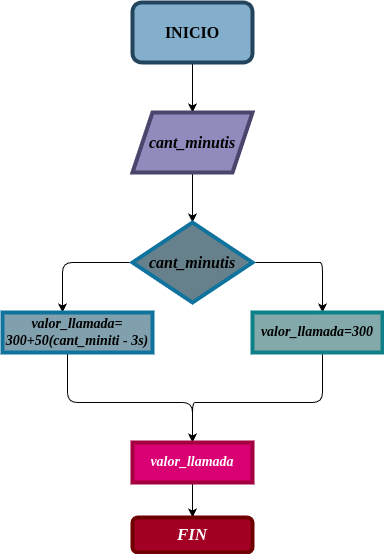
Before: diagrama.png, a diagram exported from draw.io (lesly500/Condicionanles_1). Source tidied: cells renumbered, new cells last; positions are measured from the earlier drawing's top-left corner, leaving out a move shared by most shapes. The source it was exported from:
```xml
<mxGraphModel>
  <root>
    <mxCell id="0" />
    <mxCell id="1" parent="0" />
    <mxCell id="2" style="edgeStyle=none;html=1;fontFamily=Tahoma;fontSize=16;" parent="1" edge="1" target="5">
      <mxGeometry relative="1" as="geometry">
        <mxPoint x="190" y="170" as="sourcePoint" />
      </mxGeometry>
    </mxCell>
    <mxCell id="3" style="edgeStyle=none;html=1;exitX=0;exitY=0.5;exitDx=0;exitDy=0;fontFamily=Tahoma;fontSize=16;" parent="1" edge="1" source="5">
      <mxGeometry relative="1" as="geometry">
        <mxPoint x="60" y="310" as="targetPoint" />
        <Array as="points">
          <mxPoint x="60" y="260" />
        </Array>
      </mxGeometry>
    </mxCell>
    <mxCell id="4" style="edgeStyle=none;html=1;fontFamily=Tahoma;fontSize=16;" parent="1" edge="1" source="5">
      <mxGeometry relative="1" as="geometry">
        <mxPoint x="320" y="310" as="targetPoint" />
        <Array as="points">
          <mxPoint x="310" y="260" />
          <mxPoint x="320" y="260" />
        </Array>
      </mxGeometry>
    </mxCell>
    <mxCell id="5" value="&lt;b&gt;&lt;i&gt;cant_minutis&lt;/i&gt;&lt;/b&gt;" style="rhombus;whiteSpace=wrap;html=1;strokeWidth=4;fontFamily=Tahoma;fontSize=16;fillColor=#67818C;strokeColor=#10739e;" parent="1" vertex="1">
      <mxGeometry x="130" y="220" width="120" height="80" as="geometry" />
    </mxCell>
    <mxCell id="6" style="edgeStyle=none;html=1;exitX=0.5;exitY=1;exitDx=0;exitDy=0;fontFamily=Tahoma;fontSize=16;" parent="1" edge="1">
      <mxGeometry relative="1" as="geometry">
        <mxPoint x="65" y="350" as="sourcePoint" />
        <mxPoint x="190" y="440" as="targetPoint" />
        <Array as="points">
          <mxPoint x="65" y="400" />
          <mxPoint x="190" y="400" />
        </Array>
      </mxGeometry>
    </mxCell>
    <mxCell id="7" style="edgeStyle=none;html=1;exitX=0.5;exitY=1;exitDx=0;exitDy=0;fontFamily=Tahoma;fontSize=16;" parent="1" edge="1">
      <mxGeometry relative="1" as="geometry">
        <mxPoint x="320" y="350" as="sourcePoint" />
        <mxPoint x="190" y="440" as="targetPoint" />
        <Array as="points">
          <mxPoint x="320" y="400" />
          <mxPoint x="210" y="400" />
          <mxPoint x="240" y="400" />
          <mxPoint x="200" y="400" />
          <mxPoint x="190" y="400" />
        </Array>
      </mxGeometry>
    </mxCell>
    <mxCell id="8" style="edgeStyle=none;html=1;fontFamily=Tahoma;fontSize=16;" parent="1" edge="1" source="9">
      <mxGeometry relative="1" as="geometry">
        <mxPoint x="190" y="110" as="targetPoint" />
      </mxGeometry>
    </mxCell>
    <mxCell id="9" value="&lt;b&gt;INICIO&lt;/b&gt;" style="rounded=1;whiteSpace=wrap;html=1;strokeWidth=4;fontFamily=Tahoma;fontSize=16;fillColor=#83AECC;strokeColor=#23445d;" parent="1" vertex="1">
      <mxGeometry x="130" width="120" height="60" as="geometry" />
    </mxCell>
    <mxCell id="10" value="&lt;b&gt;&lt;i&gt;valor_llamada=300&lt;/i&gt;&lt;/b&gt;" style="rounded=0;whiteSpace=wrap;html=1;strokeWidth=4;fontFamily=Tahoma;fontSize=14;fillColor=#83A9AB;strokeColor=#0e8088;" parent="1" vertex="1">
      <mxGeometry x="250" y="310" width="130" height="40" as="geometry" />
    </mxCell>
    <mxCell id="11" value="valor_llamada= 300+50(cant_miniti - 3s)" style="rounded=0;whiteSpace=wrap;strokeWidth=4;fontFamily=Tahoma;fontSize=14;fillColor=#80A0AD;fontStyle=3;strokeColor=#10739e;" parent="1" vertex="1">
      <mxGeometry y="310" width="150" height="40" as="geometry" />
    </mxCell>
    <mxCell id="12" style="edgeStyle=none;html=1;fontFamily=Tahoma;fontSize=16;" parent="1" edge="1" source="13" target="14">
      <mxGeometry relative="1" as="geometry" />
    </mxCell>
    <mxCell id="13" value="&lt;b&gt;&lt;i&gt;valor_llamada&lt;/i&gt;&lt;/b&gt;" style="rounded=0;whiteSpace=wrap;html=1;strokeWidth=4;fontFamily=Tahoma;fontSize=14;fillColor=#d80073;strokeColor=#A50040;fontColor=#ffffff;" parent="1" vertex="1">
      <mxGeometry x="130" y="440" width="120" height="40" as="geometry" />
    </mxCell>
    <mxCell id="14" value="&lt;i&gt;&lt;b&gt;FIN&lt;/b&gt;&lt;/i&gt;" style="rounded=1;whiteSpace=wrap;html=1;strokeWidth=4;fontFamily=Tahoma;fontSize=17;fillColor=#a20025;fontColor=#ffffff;strokeColor=#6F0000;" parent="1" vertex="1">
      <mxGeometry x="130" y="515" width="120" height="35" as="geometry" />
    </mxCell>
    <mxCell id="15" value="&lt;b&gt;&lt;i&gt;cant_minutis&lt;/i&gt;&lt;/b&gt;" style="shape=parallelogram;perimeter=parallelogramPerimeter;whiteSpace=wrap;html=1;fixedSize=1;strokeWidth=4;fontFamily=Tahoma;fontSize=16;fillColor=#908abd;strokeColor=#49456B;" parent="1" vertex="1">
      <mxGeometry x="130" y="110" width="120" height="60" as="geometry" />
    </mxCell>
  </root>
</mxGraphModel>
```
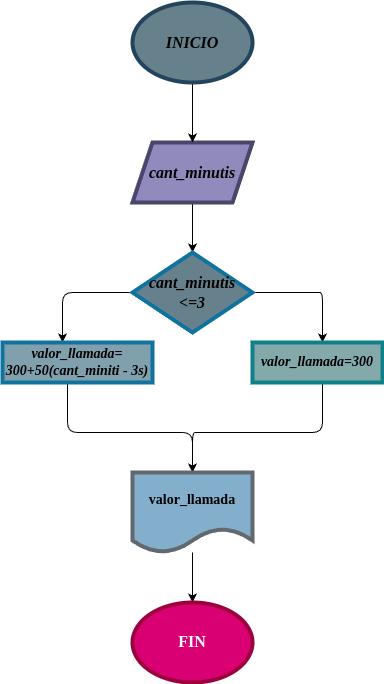
The same file after the commit.

Diff of the diagram source:
```diff
@@ -24,7 +24,7 @@
         </Array>
       </mxGeometry>
     </mxCell>
-    <mxCell id="5" value="&lt;b&gt;&lt;i&gt;cant_minutis&lt;/i&gt;&lt;/b&gt;" style="rhombus;whiteSpace=wrap;html=1;strokeWidth=4;fontFamily=Tahoma;fontSize=16;fillColor=#67818C;strokeColor=#10739e;" parent="1" vertex="1">
+    <mxCell id="5" value="&lt;b&gt;&lt;i&gt;cant_minutis&lt;br&gt;&amp;lt;=3&lt;br&gt;&lt;/i&gt;&lt;/b&gt;" style="rhombus;whiteSpace=wrap;html=1;strokeWidth=4;fontFamily=Tahoma;fontSize=16;fillColor=#67818C;strokeColor=#10739e;" parent="1" vertex="1">
       <mxGeometry x="130" y="220" width="120" height="80" as="geometry" />
     </mxCell>
     <mxCell id="6" style="edgeStyle=none;html=1;exitX=0.5;exitY=1;exitDx=0;exitDy=0;fontFamily=Tahoma;fontSize=16;" parent="1" edge="1">
@@ -50,31 +50,29 @@
         </Array>
       </mxGeometry>
     </mxCell>
-    <mxCell id="8" style="edgeStyle=none;html=1;fontFamily=Tahoma;fontSize=16;" parent="1" edge="1" source="9">
-      <mxGeometry relative="1" as="geometry">
-        <mxPoint x="190" y="110" as="targetPoint" />
-      </mxGeometry>
-    </mxCell>
-    <mxCell id="9" value="&lt;b&gt;INICIO&lt;/b&gt;" style="rounded=1;whiteSpace=wrap;html=1;strokeWidth=4;fontFamily=Tahoma;fontSize=16;fillColor=#83AECC;strokeColor=#23445d;" parent="1" vertex="1">
-      <mxGeometry x="130" width="120" height="60" as="geometry" />
-    </mxCell>
     <mxCell id="10" value="&lt;b&gt;&lt;i&gt;valor_llamada=300&lt;/i&gt;&lt;/b&gt;" style="rounded=0;whiteSpace=wrap;html=1;strokeWidth=4;fontFamily=Tahoma;fontSize=14;fillColor=#83A9AB;strokeColor=#0e8088;" parent="1" vertex="1">
       <mxGeometry x="250" y="310" width="130" height="40" as="geometry" />
     </mxCell>
     <mxCell id="11" value="valor_llamada= 300+50(cant_miniti - 3s)" style="rounded=0;whiteSpace=wrap;strokeWidth=4;fontFamily=Tahoma;fontSize=14;fillColor=#80A0AD;fontStyle=3;strokeColor=#10739e;" parent="1" vertex="1">
       <mxGeometry y="310" width="150" height="40" as="geometry" />
     </mxCell>
+    <mxCell id="15" value="&lt;b&gt;&lt;i&gt;cant_minutis&lt;/i&gt;&lt;/b&gt;" style="shape=parallelogram;perimeter=parallelogramPerimeter;whiteSpace=wrap;html=1;fixedSize=1;strokeWidth=4;fontFamily=Tahoma;fontSize=16;fillColor=#908abd;strokeColor=#49456B;" parent="1" vertex="1">
+      <mxGeometry x="130" y="110" width="120" height="60" as="geometry" />
+    </mxCell>
+    <mxCell id="16" style="edgeStyle=none;html=1;" parent="1" edge="1" source="9" target="15">
+      <mxGeometry relative="1" as="geometry" />
+    </mxCell>
+    <mxCell id="9" value="INICIO" style="ellipse;whiteSpace=wrap;fillColor=#67818C;strokeColor=#23445d;strokeWidth=4;fontFamily=Tahoma;fontStyle=3;labelBackgroundColor=#67818C;labelBorderColor=none;fontSize=16;" parent="1" vertex="1">
+      <mxGeometry x="130" y="-30" width="120" height="80" as="geometry" />
+    </mxCell>
-    <mxCell id="12" style="edgeStyle=none;html=1;fontFamily=Tahoma;fontSize=16;" parent="1" edge="1" source="13" target="14">
+    <mxCell id="12" style="edgeStyle=none;html=1;fontFamily=Tahoma;fontSize=14;" parent="1" edge="1" source="13" target="14">
       <mxGeometry relative="1" as="geometry" />
     </mxCell>
-    <mxCell id="13" value="&lt;b&gt;&lt;i&gt;valor_llamada&lt;/i&gt;&lt;/b&gt;" style="rounded=0;whiteSpace=wrap;html=1;strokeWidth=4;fontFamily=Tahoma;fontSize=14;fillColor=#d80073;strokeColor=#A50040;fontColor=#ffffff;" parent="1" vertex="1">
-      <mxGeometry x="130" y="440" width="120" height="40" as="geometry" />
+    <mxCell id="13" value="valor_llamada" style="shape=document;whiteSpace=wrap;html=1;boundedLbl=1;strokeWidth=4;fillColor=#83AECC;strokeColor=#61686E;fontSize=14;fontFamily=Tahoma;fontStyle=1;" parent="1" vertex="1">
+      <mxGeometry x="130" y="440" width="120" height="80" as="geometry" />
     </mxCell>
-    <mxCell id="14" value="&lt;i&gt;&lt;b&gt;FIN&lt;/b&gt;&lt;/i&gt;" style="rounded=1;whiteSpace=wrap;html=1;strokeWidth=4;fontFamily=Tahoma;fontSize=17;fillColor=#a20025;fontColor=#ffffff;strokeColor=#6F0000;" parent="1" vertex="1">
-      <mxGeometry x="130" y="515" width="120" height="35" as="geometry" />
+    <mxCell id="14" value="&lt;p style=&quot;line-height: 0%;&quot;&gt;&lt;b&gt;&lt;font style=&quot;font-size: 16px;&quot;&gt;FIN&lt;/font&gt;&lt;/b&gt;&lt;/p&gt;" style="ellipse;whiteSpace=wrap;html=1;labelBackgroundColor=#d80073;labelBorderColor=none;strokeColor=#9E003D;strokeWidth=4;fontFamily=Tahoma;fontSize=14;fillColor=#d80073;fontColor=#ffffff;" parent="1" vertex="1">
+      <mxGeometry x="130" y="570" width="120" height="80" as="geometry" />
     </mxCell>
-    <mxCell id="15" value="&lt;b&gt;&lt;i&gt;cant_minutis&lt;/i&gt;&lt;/b&gt;" style="shape=parallelogram;perimeter=parallelogramPerimeter;whiteSpace=wrap;html=1;fixedSize=1;strokeWidth=4;fontFamily=Tahoma;fontSize=16;fillColor=#908abd;strokeColor=#49456B;" parent="1" vertex="1">
-      <mxGeometry x="130" y="110" width="120" height="60" as="geometry" />
-    </mxCell>
   </root>
 </mxGraphModel>
```
